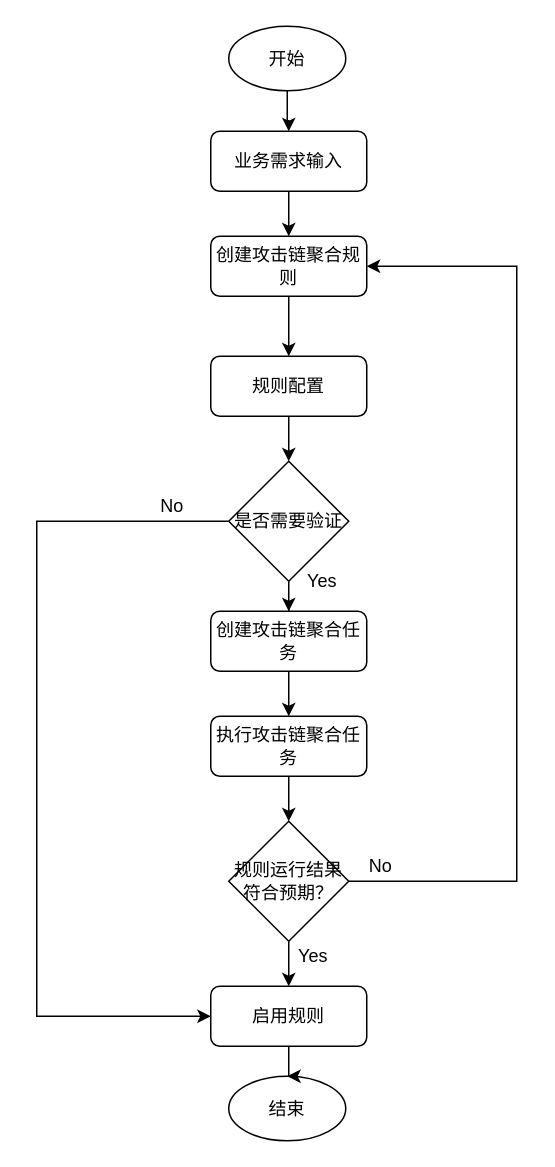
popvlovs/popvlovs-repository keeps this draw.io diagram as 攻击链聚合分析管理-控制流图.drawio. Above is the earlier version. Source tidied: cells renumbered, new cells numbered last; positions are measured from the earlier drawing's top-left corner, leaving out a move shared by most shapes. Both pictures are drawn from the tidied source at 150%, with x=0, y=0 at pixel (36, 26).
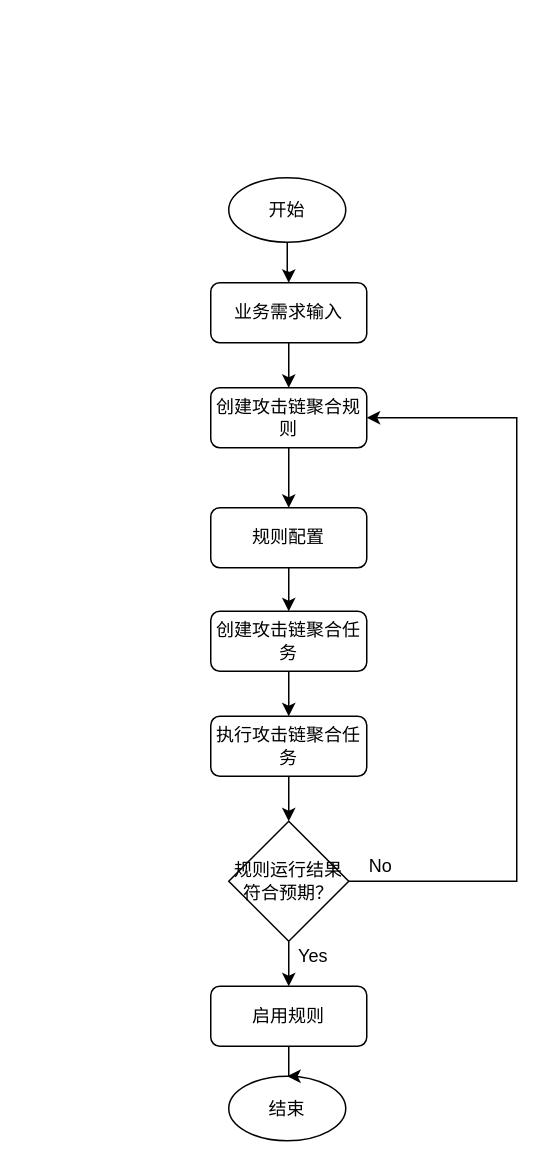
Above is the later version.

Commit message (it also covers changes not shown here):
Update 攻击链聚合分析管理-控制流图.drawio

The change refers to these unchanged cells:
```xml
<mxCell id="7" value="创建攻击链聚合任务" style="rounded=1;whiteSpace=wrap;html=1;fontSize=12;glass=0;strokeWidth=1;shadow=0;" parent="1" vertex="1">
  <mxGeometry x="116" y="390" width="104" height="40" as="geometry" />
</mxCell>
<mxCell id="13" value="规则运行结果符合预期？" style="rhombus;whiteSpace=wrap;html=1;" parent="1" vertex="1">
  <mxGeometry x="128" y="530" width="80" height="80" as="geometry" />
</mxCell>
<mxCell id="15" value="启用规则" style="rounded=1;whiteSpace=wrap;html=1;fontSize=12;glass=0;strokeWidth=1;shadow=0;" parent="1" vertex="1">
  <mxGeometry x="116" y="640" width="104" height="40" as="geometry" />
</mxCell>
```

Change to the diagram source:
```diff
@@
     <mxCell id="3" value="开始" style="ellipse;whiteSpace=wrap;html=1;" parent="1" vertex="1">
-      <mxGeometry x="128" width="78" height="43" as="geometry" />
+      <mxGeometry x="128" y="101" width="78" height="43" as="geometry" />
     </mxCell>
@@
     <mxCell id="5" value="业务需求输入" style="rounded=1;whiteSpace=wrap;html=1;fontSize=12;glass=0;strokeWidth=1;shadow=0;" parent="1" vertex="1">
-      <mxGeometry x="116" y="70" width="104" height="40" as="geometry" />
+      <mxGeometry x="116" y="171" width="104" height="40" as="geometry" />
     </mxCell>
@@
     <mxCell id="12" style="edgeStyle=orthogonalEdgeStyle;rounded=0;jettySize=auto;html=1;exitX=1;exitY=0.5;exitDx=0;exitDy=0;entryX=1;entryY=0.5;entryDx=0;entryDy=0;" parent="1" edge="1" source="13" target="19">
       <mxGeometry relative="1" as="geometry">
         <Array as="points">
           <mxPoint x="320" y="570" />
-          <mxPoint x="320" y="160" />
+          <mxPoint x="320" y="261" />
         </Array>
       </mxGeometry>
     </mxCell>
@@
     <mxCell id="19" value="创建攻击链聚合规则" style="rounded=1;whiteSpace=wrap;html=1;fontSize=12;glass=0;strokeWidth=1;shadow=0;" parent="1" vertex="1">
-      <mxGeometry x="116" y="140" width="104" height="40" as="geometry" />
+      <mxGeometry x="116" y="241" width="104" height="40" as="geometry" />
     </mxCell>
-    <mxCell id="20" style="edgeStyle=orthogonalEdgeStyle;rounded=0;jettySize=auto;html=1;" parent="1" edge="1" source="21" target="24">
+    <mxCell id="20" style="edgeStyle=orthogonalEdgeStyle;rounded=0;jettySize=auto;html=1;" parent="1" edge="1" source="21" target="7">
       <mxGeometry relative="1" as="geometry" />
     </mxCell>
     <mxCell id="21" value="规则配置" style="rounded=1;whiteSpace=wrap;html=1;fontSize=12;glass=0;strokeWidth=1;shadow=0;" parent="1" vertex="1">
-      <mxGeometry x="116" y="220" width="104" height="40" as="geometry" />
+      <mxGeometry x="116" y="321" width="104" height="40" as="geometry" />
     </mxCell>
-    <mxCell id="22" style="edgeStyle=orthogonalEdgeStyle;rounded=0;jettySize=auto;html=1;entryX=0.5;entryY=0;entryDx=0;entryDy=0;" parent="1" edge="1" source="24" target="7">
-      <mxGeometry relative="1" as="geometry" />
-    </mxCell>
-    <mxCell id="23" style="edgeStyle=orthogonalEdgeStyle;rounded=0;jettySize=auto;html=1;entryX=0;entryY=0.5;entryDx=0;entryDy=0;" parent="1" edge="1" source="24" target="15">
-      <mxGeometry relative="1" as="geometry">
-        <Array as="points">
-          <mxPoint y="330" />
-          <mxPoint y="660" />
-        </Array>
-      </mxGeometry>
-    </mxCell>
-    <mxCell id="24" value="是否需要验证" style="rhombus;whiteSpace=wrap;html=1;" parent="1" vertex="1">
-      <mxGeometry x="128" y="290" width="80" height="80" as="geometry" />
-    </mxCell>
-    <mxCell id="25" value="Yes" style="text;html=1;align=center;verticalAlign=middle;strokeColor=none;fillColor=none;" parent="1" vertex="1">
-      <mxGeometry x="175" y="360" width="30" height="20" as="geometry" />
-    </mxCell>
-    <mxCell id="26" value="No" style="text;html=1;align=center;verticalAlign=middle;strokeColor=none;fillColor=none;" parent="1" vertex="1">
-      <mxGeometry x="75" y="310" width="30" height="20" as="geometry" />
-    </mxCell>
```
